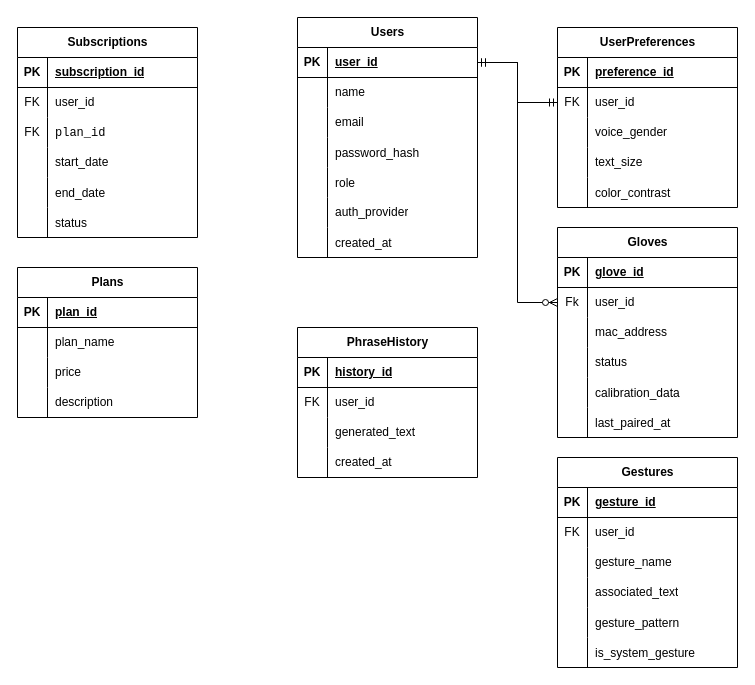
This is modelodedatos.drawio from xChiat/ProyectoIntegracion, a draw.io file, before an edit. Source tidied: cells renumbered, new cells numbered last; positions are measured from the earlier drawing's top-left corner, leaving out a move shared by most shapes. Both pictures are drawn from the tidied source at 100%, with x=0, y=0 at pixel (17, 17).
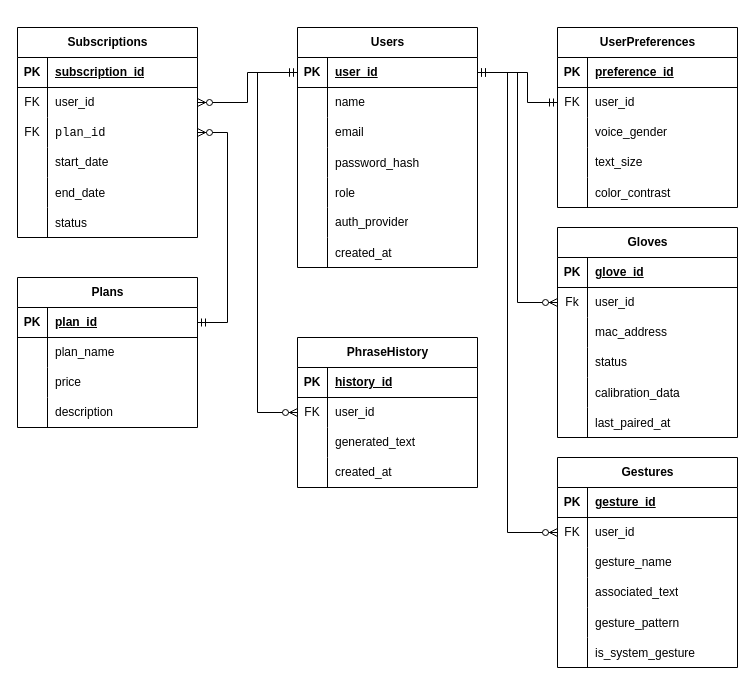
The same page after the edit.

Unchanged cells that the change refers to:
```xml
<mxCell id="3" style="shape=tableRow;horizontal=0;startSize=0;swimlaneHead=0;swimlaneBody=0;fillColor=none;points=[[0,0.5],[1,0.5]];portConstraint=eastwest;top=0;left=0;right=0;bottom=1;" parent="2" vertex="1">
  <mxGeometry y="30" width="180" height="30" as="geometry" />
</mxCell>
<mxCell id="28" style="shape=tableRow;horizontal=0;startSize=0;swimlaneHead=0;swimlaneBody=0;fillColor=none;points=[[0,0.5],[1,0.5]];portConstraint=eastwest;top=0;left=0;right=0;bottom=0;" parent="24" vertex="1">
  <mxGeometry y="60" width="180" height="30" as="geometry" />
</mxCell>
<mxCell id="63" style="shape=tableRow;horizontal=0;startSize=0;swimlaneHead=0;swimlaneBody=0;fillColor=none;points=[[0,0.5],[1,0.5]];portConstraint=eastwest;top=0;left=0;right=0;bottom=0;" parent="59" vertex="1">
  <mxGeometry y="60" width="180" height="30" as="geometry" />
</mxCell>
<mxCell id="82" style="shape=tableRow;horizontal=0;startSize=0;swimlaneHead=0;swimlaneBody=0;fillColor=none;points=[[0,0.5],[1,0.5]];portConstraint=eastwest;top=0;left=0;right=0;bottom=0;" parent="78" vertex="1">
  <mxGeometry y="60" width="180" height="30" as="geometry" />
</mxCell>
<mxCell id="92" style="shape=tableRow;horizontal=0;startSize=0;swimlaneHead=0;swimlaneBody=0;fillColor=none;points=[[0,0.5],[1,0.5]];portConstraint=eastwest;top=0;left=0;right=0;bottom=1;" parent="91" vertex="1">
  <mxGeometry y="30" width="180" height="30" as="geometry" />
</mxCell>
<mxCell id="108" style="shape=tableRow;horizontal=0;startSize=0;swimlaneHead=0;swimlaneBody=0;fillColor=none;points=[[0,0.5],[1,0.5]];portConstraint=eastwest;top=0;left=0;right=0;bottom=0;" parent="104" vertex="1">
  <mxGeometry y="60" width="180" height="30" as="geometry" />
</mxCell>
<mxCell id="111" style="shape=tableRow;horizontal=0;startSize=0;swimlaneHead=0;swimlaneBody=0;fillColor=none;points=[[0,0.5],[1,0.5]];portConstraint=eastwest;top=0;left=0;right=0;bottom=0;" parent="104" vertex="1">
  <mxGeometry y="90" width="180" height="30" as="geometry" />
</mxCell>
```

The edit, as a diff of the source:
```diff
@@
     <mxCell id="2" value="Users" style="shape=table;startSize=30;childLayout=tableLayout;rowLines=0;fontStyle=1;align=center;html=1;" parent="1" vertex="1">
-      <mxGeometry x="280" width="180" height="240" as="geometry" />
+      <mxGeometry x="280" y="10" width="180" height="240" as="geometry" />
     </mxCell>
@@
     <mxCell id="78" value="PhraseHistory" style="shape=table;startSize=30;childLayout=tableLayout;rowLines=0;fontStyle=1;align=center;html=1;" parent="1" vertex="1">
-      <mxGeometry x="280" y="310" width="180" height="150" as="geometry" />
+      <mxGeometry x="280" y="320" width="180" height="150" as="geometry" />
     </mxCell>
@@
     <mxCell id="91" value="Plans" style="shape=table;startSize=30;childLayout=tableLayout;rowLines=0;fontStyle=1;align=center;html=1;" parent="1" vertex="1">
-      <mxGeometry y="250" width="180" height="150" as="geometry" />
+      <mxGeometry y="260" width="180" height="150" as="geometry" />
     </mxCell>
@@
     <mxCell id="123" style="edgeStyle=orthogonalEdgeStyle;fontSize=12;html=1;endArrow=ERmandOne;startArrow=ERmandOne;rounded=0;entryX=0;entryY=0.5;entryDx=0;entryDy=0;exitX=1;exitY=0.5;exitDx=0;exitDy=0;" parent="1" edge="1" source="3" target="28">
-      <mxGeometry relative="1" as="geometry" />
+      <mxGeometry relative="1" as="geometry">
+        <Array as="points">
+          <mxPoint x="510" y="55" />
+          <mxPoint x="510" y="85" />
+        </Array>
+      </mxGeometry>
     </mxCell>
@@
+    <mxCell id="125" style="fontSize=12;html=1;endArrow=ERzeroToMany;startArrow=ERmandOne;rounded=0;entryX=0;entryY=0.5;entryDx=0;entryDy=0;exitX=1;exitY=0.5;exitDx=0;exitDy=0;edgeStyle=orthogonalEdgeStyle;" parent="1" edge="1" source="3" target="63">
+      <mxGeometry relative="1" as="geometry">
+        <Array as="points">
+          <mxPoint x="490" y="55" />
+          <mxPoint x="490" y="515" />
+        </Array>
+      </mxGeometry>
+    </mxCell>
+    <mxCell id="126" style="edgeStyle=orthogonalEdgeStyle;fontSize=12;html=1;endArrow=ERzeroToMany;startArrow=ERmandOne;rounded=0;entryX=0;entryY=0.5;entryDx=0;entryDy=0;exitX=0;exitY=0.5;exitDx=0;exitDy=0;" parent="1" edge="1" source="3" target="82">
+      <mxGeometry relative="1" as="geometry">
+        <Array as="points">
+          <mxPoint x="240" y="55" />
+          <mxPoint x="240" y="395" />
+        </Array>
+      </mxGeometry>
+    </mxCell>
+    <mxCell id="127" style="edgeStyle=orthogonalEdgeStyle;fontSize=12;html=1;endArrow=ERzeroToMany;startArrow=ERmandOne;rounded=0;exitX=0;exitY=0.5;exitDx=0;exitDy=0;entryX=1;entryY=0.5;entryDx=0;entryDy=0;" parent="1" edge="1" source="3" target="108">
+      <mxGeometry relative="1" as="geometry" />
+    </mxCell>
+    <mxCell id="128" style="edgeStyle=orthogonalEdgeStyle;fontSize=12;html=1;endArrow=ERzeroToMany;startArrow=ERmandOne;rounded=0;entryX=1;entryY=0.5;entryDx=0;entryDy=0;exitX=1;exitY=0.5;exitDx=0;exitDy=0;" parent="1" edge="1" source="92" target="111">
+      <mxGeometry relative="1" as="geometry">
+        <Array as="points">
+          <mxPoint x="210" y="305" />
+          <mxPoint x="210" y="115" />
+        </Array>
+      </mxGeometry>
+    </mxCell>
```
